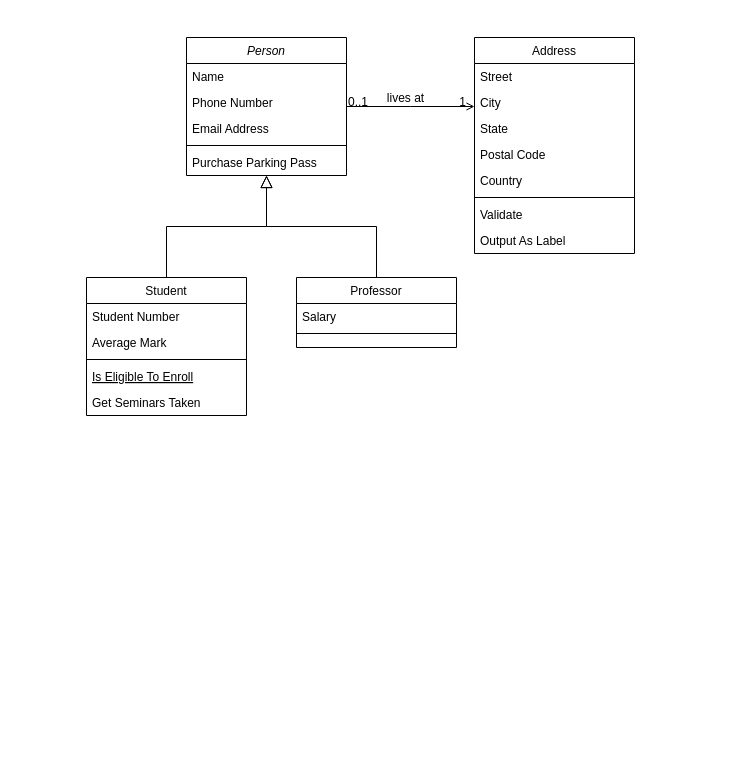
remainaloof/C- keeps this draw.io diagram as 클래스 다이어그램.drawio. Above is the earlier version. Source tidied: cells renumbered, new cells numbered last; positions are measured from the earlier drawing's top-left corner, leaving out a move shared by most shapes. Both pictures are drawn from the tidied source at 100%, with x=0, y=0 at pixel (86, 37).
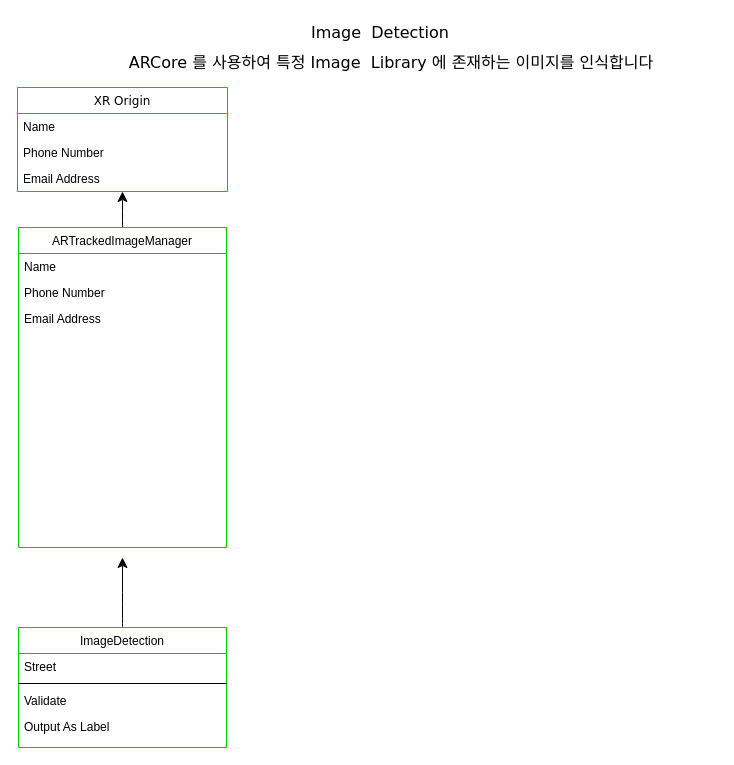
The same diagram, later.

Commit message (it also covers changes not shown here):
클래스 다이어그램.drawio 업데이트

The edit, as a diff of the source:
```diff
@@
+    <mxCell id="32" style="edgeStyle=none;curved=1;rounded=0;jettySize=auto;html=1;fontSize=12;startSize=8;endSize=8;" parent="1" edge="1" source="2" target="39">
+      <mxGeometry relative="1" as="geometry" />
+    </mxCell>
-    <mxCell id="2" value="Person" style="swimlane;fontStyle=2;align=center;verticalAlign=top;horizontal=1;startSize=26;rounded=0;shadow=0;strokeWidth=1;" parent="1" vertex="1">
-      <mxGeometry x="100" width="160" height="138" as="geometry" />
+    <mxCell id="2" value="ARTrackedImageManager" style="swimlane;fontStyle=0;align=center;verticalAlign=top;horizontal=1;startSize=26;rounded=0;shadow=0;strokeWidth=1;strokeColor=#00CC00;" parent="1" vertex="1">
+      <mxGeometry x="-68" y="190" width="208" height="320" as="geometry" />
     </mxCell>
     <mxCell id="3" value="Name" style="text;align=left;verticalAlign=top;spacingLeft=4;spacingRight=4;overflow=hidden;" parent="2" vertex="1">
-      <mxGeometry y="26" width="160" height="26" as="geometry" />
+      <mxGeometry y="26" width="208" height="26" as="geometry" />
     </mxCell>
     <mxCell id="4" value="Phone Number" style="text;align=left;verticalAlign=top;spacingLeft=4;spacingRight=4;overflow=hidden;rounded=0;shadow=0;html=0;" parent="2" vertex="1">
-      <mxGeometry y="52" width="160" height="26" as="geometry" />
+      <mxGeometry y="52" width="208" height="26" as="geometry" />
     </mxCell>
-    <mxCell id="5" value="Email Address" style="text;align=left;verticalAlign=top;spacingLeft=4;spacingRight=4;overflow=hidden;rounded=0;shadow=0;html=0;" parent="2" vertex="1">
-      <mxGeometry y="78" width="160" height="26" as="geometry" />
+    <mxCell id="5" value="Email Address&#10;&#10;" style="text;align=left;verticalAlign=top;spacingLeft=4;spacingRight=4;overflow=hidden;rounded=0;shadow=0;html=0;" parent="2" vertex="1">
+      <mxGeometry y="78" width="208" height="32" as="geometry" />
     </mxCell>
-    <mxCell id="6" style="line;html=1;strokeWidth=1;align=left;verticalAlign=middle;spacingTop=-1;spacingLeft=3;spacingRight=3;labelPosition=right;" parent="2" vertex="1">
-      <mxGeometry y="104" width="160" height="8" as="geometry" />
-    </mxCell>
-    <mxCell id="7" value="Purchase Parking Pass" style="text;align=left;verticalAlign=top;spacingLeft=4;spacingRight=4;overflow=hidden;" parent="2" vertex="1">
-      <mxGeometry y="112" width="160" height="26" as="geometry" />
-    </mxCell>
-    <mxCell id="8" value="Student" style="swimlane;fontStyle=0;align=center;verticalAlign=top;horizontal=1;startSize=26;rounded=0;shadow=0;strokeWidth=1;" parent="1" vertex="1">
-      <mxGeometry y="240" width="160" height="138" as="geometry" />
-    </mxCell>
-    <mxCell id="9" value="Student Number" style="text;align=left;verticalAlign=top;spacingLeft=4;spacingRight=4;overflow=hidden;" parent="8" vertex="1">
-      <mxGeometry y="26" width="160" height="26" as="geometry" />
-    </mxCell>
-    <mxCell id="10" value="Average Mark" style="text;align=left;verticalAlign=top;spacingLeft=4;spacingRight=4;overflow=hidden;rounded=0;shadow=0;html=0;" parent="8" vertex="1">
-      <mxGeometry y="52" width="160" height="26" as="geometry" />
-    </mxCell>
-    <mxCell id="11" style="line;html=1;strokeWidth=1;align=left;verticalAlign=middle;spacingTop=-1;spacingLeft=3;spacingRight=3;labelPosition=right;" parent="8" vertex="1">
-      <mxGeometry y="78" width="160" height="8" as="geometry" />
-    </mxCell>
-    <mxCell id="12" value="Is Eligible To Enroll" style="text;align=left;verticalAlign=top;spacingLeft=4;spacingRight=4;overflow=hidden;fontStyle=4;" parent="8" vertex="1">
-      <mxGeometry y="86" width="160" height="26" as="geometry" />
-    </mxCell>
-    <mxCell id="13" value="Get Seminars Taken" style="text;align=left;verticalAlign=top;spacingLeft=4;spacingRight=4;overflow=hidden;" parent="8" vertex="1">
-      <mxGeometry y="112" width="160" height="26" as="geometry" />
-    </mxCell>
-    <mxCell id="14" style="endArrow=block;endSize=10;endFill=0;shadow=0;strokeWidth=1;rounded=0;edgeStyle=elbowEdgeStyle;elbow=vertical;" parent="1" edge="1" source="8" target="2">
-      <mxGeometry relative="1" as="geometry" />
-    </mxCell>
-    <mxCell id="15" value="Professor" style="swimlane;fontStyle=0;align=center;verticalAlign=top;horizontal=1;startSize=26;rounded=0;shadow=0;strokeWidth=1;" parent="1" vertex="1">
-      <mxGeometry x="210" y="240" width="160" height="70" as="geometry" />
-    </mxCell>
-    <mxCell id="16" value="Salary" style="text;align=left;verticalAlign=top;spacingLeft=4;spacingRight=4;overflow=hidden;" parent="15" vertex="1">
-      <mxGeometry y="26" width="160" height="26" as="geometry" />
-    </mxCell>
-    <mxCell id="17" style="line;html=1;strokeWidth=1;align=left;verticalAlign=middle;spacingTop=-1;spacingLeft=3;spacingRight=3;labelPosition=right;" parent="15" vertex="1">
-      <mxGeometry y="52" width="160" height="8" as="geometry" />
-    </mxCell>
-    <mxCell id="18" style="endArrow=block;endSize=10;endFill=0;shadow=0;strokeWidth=1;rounded=0;edgeStyle=elbowEdgeStyle;elbow=vertical;" parent="1" edge="1" source="15" target="2">
-      <mxGeometry relative="1" as="geometry" />
-    </mxCell>
+    <mxCell id="33" style="edgeStyle=none;curved=1;rounded=0;jettySize=auto;html=1;fontSize=12;startSize=8;endSize=8;" parent="1" edge="1" source="19">
+      <mxGeometry relative="1" as="geometry">
+        <mxPoint x="36" y="520" as="targetPoint" />
+      </mxGeometry>
+    </mxCell>
-    <mxCell id="19" value="Address" style="swimlane;fontStyle=0;align=center;verticalAlign=top;horizontal=1;startSize=26;rounded=0;shadow=0;strokeWidth=1;" parent="1" vertex="1">
-      <mxGeometry x="388" width="160" height="216" as="geometry" />
+    <mxCell id="19" value="ImageDetection" style="swimlane;fontStyle=0;align=center;verticalAlign=top;horizontal=1;startSize=26;rounded=0;shadow=0;strokeWidth=1;strokeColor=#00CC00;" parent="1" vertex="1">
+      <mxGeometry x="-68" y="590" width="208" height="120" as="geometry" />
     </mxCell>
     <mxCell id="20" value="Street" style="text;align=left;verticalAlign=top;spacingLeft=4;spacingRight=4;overflow=hidden;" parent="19" vertex="1">
-      <mxGeometry y="26" width="160" height="26" as="geometry" />
+      <mxGeometry y="26" width="208" height="26" as="geometry" />
     </mxCell>
-    <mxCell id="21" value="City" style="text;align=left;verticalAlign=top;spacingLeft=4;spacingRight=4;overflow=hidden;rounded=0;shadow=0;html=0;" parent="19" vertex="1">
-      <mxGeometry y="52" width="160" height="26" as="geometry" />
-    </mxCell>
-    <mxCell id="22" value="State" style="text;align=left;verticalAlign=top;spacingLeft=4;spacingRight=4;overflow=hidden;rounded=0;shadow=0;html=0;" parent="19" vertex="1">
-      <mxGeometry y="78" width="160" height="26" as="geometry" />
-    </mxCell>
-    <mxCell id="23" value="Postal Code" style="text;align=left;verticalAlign=top;spacingLeft=4;spacingRight=4;overflow=hidden;rounded=0;shadow=0;html=0;" parent="19" vertex="1">
-      <mxGeometry y="104" width="160" height="26" as="geometry" />
-    </mxCell>
-    <mxCell id="24" value="Country" style="text;align=left;verticalAlign=top;spacingLeft=4;spacingRight=4;overflow=hidden;rounded=0;shadow=0;html=0;" parent="19" vertex="1">
-      <mxGeometry y="130" width="160" height="26" as="geometry" />
-    </mxCell>
     <mxCell id="25" style="line;html=1;strokeWidth=1;align=left;verticalAlign=middle;spacingTop=-1;spacingLeft=3;spacingRight=3;labelPosition=right;" parent="19" vertex="1">
-      <mxGeometry y="156" width="160" height="8" as="geometry" />
+      <mxGeometry y="52" width="208" height="8" as="geometry" />
     </mxCell>
     <mxCell id="26" value="Validate" style="text;align=left;verticalAlign=top;spacingLeft=4;spacingRight=4;overflow=hidden;" parent="19" vertex="1">
-      <mxGeometry y="164" width="160" height="26" as="geometry" />
+      <mxGeometry y="60" width="208" height="26" as="geometry" />
     </mxCell>
     <mxCell id="27" value="Output As Label" style="text;align=left;verticalAlign=top;spacingLeft=4;spacingRight=4;overflow=hidden;" parent="19" vertex="1">
-      <mxGeometry y="190" width="160" height="26" as="geometry" />
+      <mxGeometry y="86" width="208" height="26" as="geometry" />
     </mxCell>
-    <mxCell id="28" style="endArrow=open;shadow=0;strokeWidth=1;rounded=0;endFill=1;edgeStyle=elbowEdgeStyle;elbow=vertical;" parent="1" edge="1" source="2" target="19">
-      <mxGeometry x="0.5" y="41" relative="1" as="geometry">
-        <mxPoint x="-40" y="32" as="offset" />
-      </mxGeometry>
-    </mxCell>
-    <mxCell id="29" value="0..1" style="align=left;verticalAlign=bottom;labelBackgroundColor=none;fontSize=12;" parent="28" vertex="1">
-      <mxGeometry x="-1" relative="1" as="geometry">
-        <mxPoint y="4" as="offset" />
-      </mxGeometry>
-    </mxCell>
-    <mxCell id="30" value="1" style="align=right;verticalAlign=bottom;labelBackgroundColor=none;fontSize=12;" parent="28" vertex="1">
-      <mxGeometry x="1" relative="1" as="geometry">
-        <mxPoint x="-7" y="4" as="offset" />
-      </mxGeometry>
-    </mxCell>
-    <mxCell id="31" value="lives at" style="text;html=1;align=center;verticalAlign=middle;labelBackgroundColor=none;rounded=0;shadow=0;strokeWidth=1;fontSize=12;" parent="28" vertex="1">
-      <mxGeometry x="0.5" y="49" relative="1" as="geometry">
-        <mxPoint x="-38" y="40" as="offset" />
-      </mxGeometry>
-    </mxCell>
+    <mxCell id="34" value="Image&amp;nbsp; Detection" style="text;html=1;align=center;verticalAlign=middle;whiteSpace=wrap;rounded=0;fontSize=16;fontFamily=Verdana;labelBorderColor=none;" parent="1" vertex="1">
+      <mxGeometry x="134" y="-20" width="320" height="30" as="geometry" />
+    </mxCell>
+    <mxCell id="35" value="ARCore 를 사용하여 특정 Image&amp;nbsp; Library 에 존재하는 이미지를 인식합니다" style="text;strokeColor=none;fillColor=none;html=1;align=center;verticalAlign=middle;whiteSpace=wrap;rounded=0;fontSize=16;fontFamily=Verdana;labelBackgroundColor=none;labelBorderColor=none;" parent="1" vertex="1">
+      <mxGeometry x="-20" y="10" width="650" height="30" as="geometry" />
+    </mxCell>
+    <mxCell id="36" value="XR Origin" style="swimlane;fontStyle=0;align=center;verticalAlign=top;horizontal=1;startSize=26;rounded=0;shadow=0;strokeWidth=1;fontFamily=Verdana;labelBorderColor=none;strokeColor=#00CC00;" parent="1" vertex="1">
+      <mxGeometry x="-69" y="50" width="210" height="104" as="geometry" />
+    </mxCell>
+    <mxCell id="37" value="Name" style="text;align=left;verticalAlign=top;spacingLeft=4;spacingRight=4;overflow=hidden;" parent="36" vertex="1">
+      <mxGeometry y="26" width="210" height="26" as="geometry" />
+    </mxCell>
+    <mxCell id="38" value="Phone Number" style="text;align=left;verticalAlign=top;spacingLeft=4;spacingRight=4;overflow=hidden;rounded=0;shadow=0;html=0;" parent="36" vertex="1">
+      <mxGeometry y="52" width="210" height="26" as="geometry" />
+    </mxCell>
+    <mxCell id="39" value="Email Address" style="text;align=left;verticalAlign=top;spacingLeft=4;spacingRight=4;overflow=hidden;points=[[0,0.5],[1,0.5]];portConstraint=eastwest;rounded=0;shadow=0;html=0;" parent="36" vertex="1">
+      <mxGeometry y="78" width="210" height="26" as="geometry" />
+    </mxCell>
```
